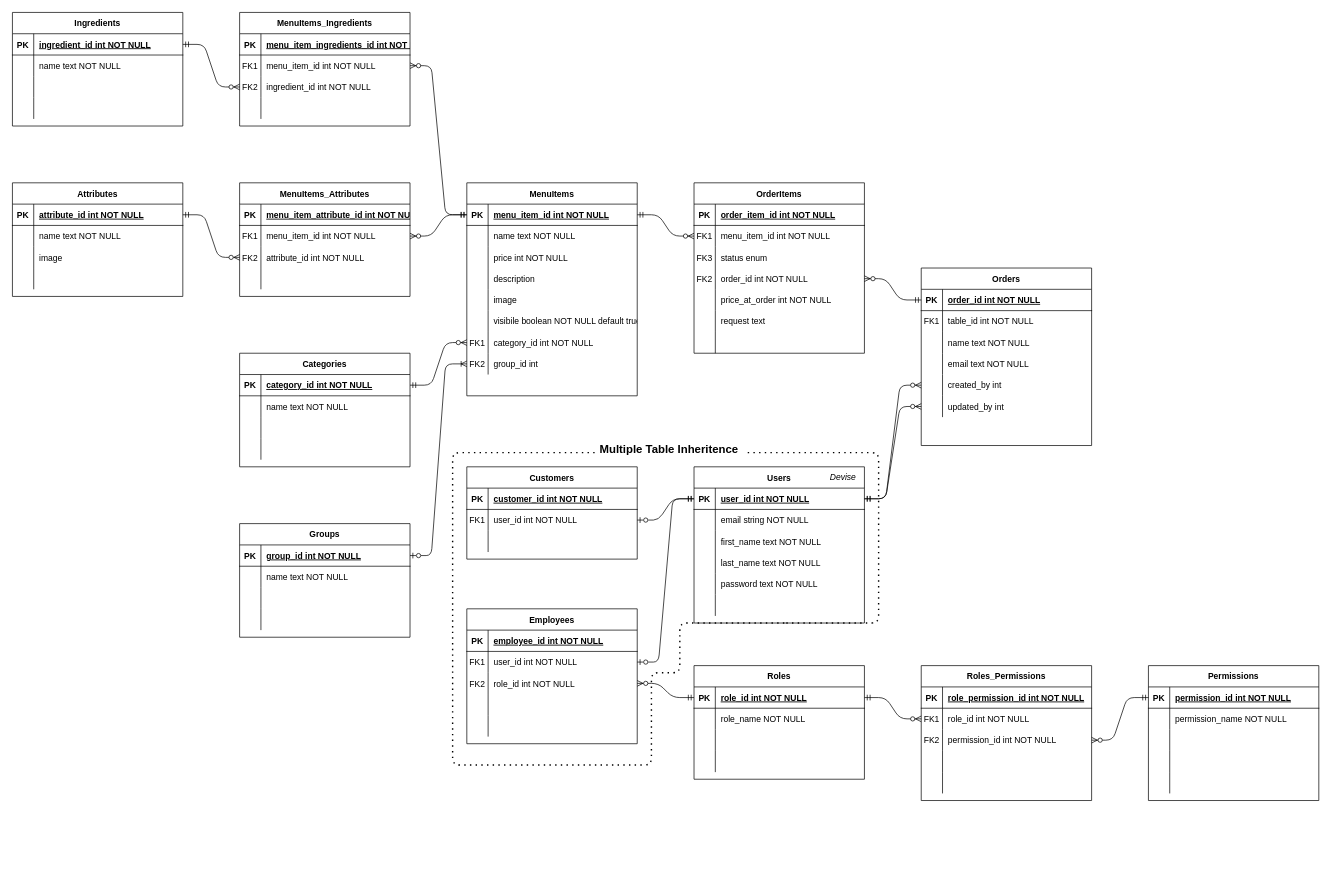
Above: entity_relationship_diagram/entity relationship diagram.drawio in korayleigh/t3a2-b-docs (draw.io), before the change. Source tidied: cells renumbered, new cells numbered last; positions are measured from the earlier drawing's top-left corner, leaving out a move shared by most shapes. Both pictures are drawn from the tidied source at 71%, with x=0, y=0 at pixel (12, 12).
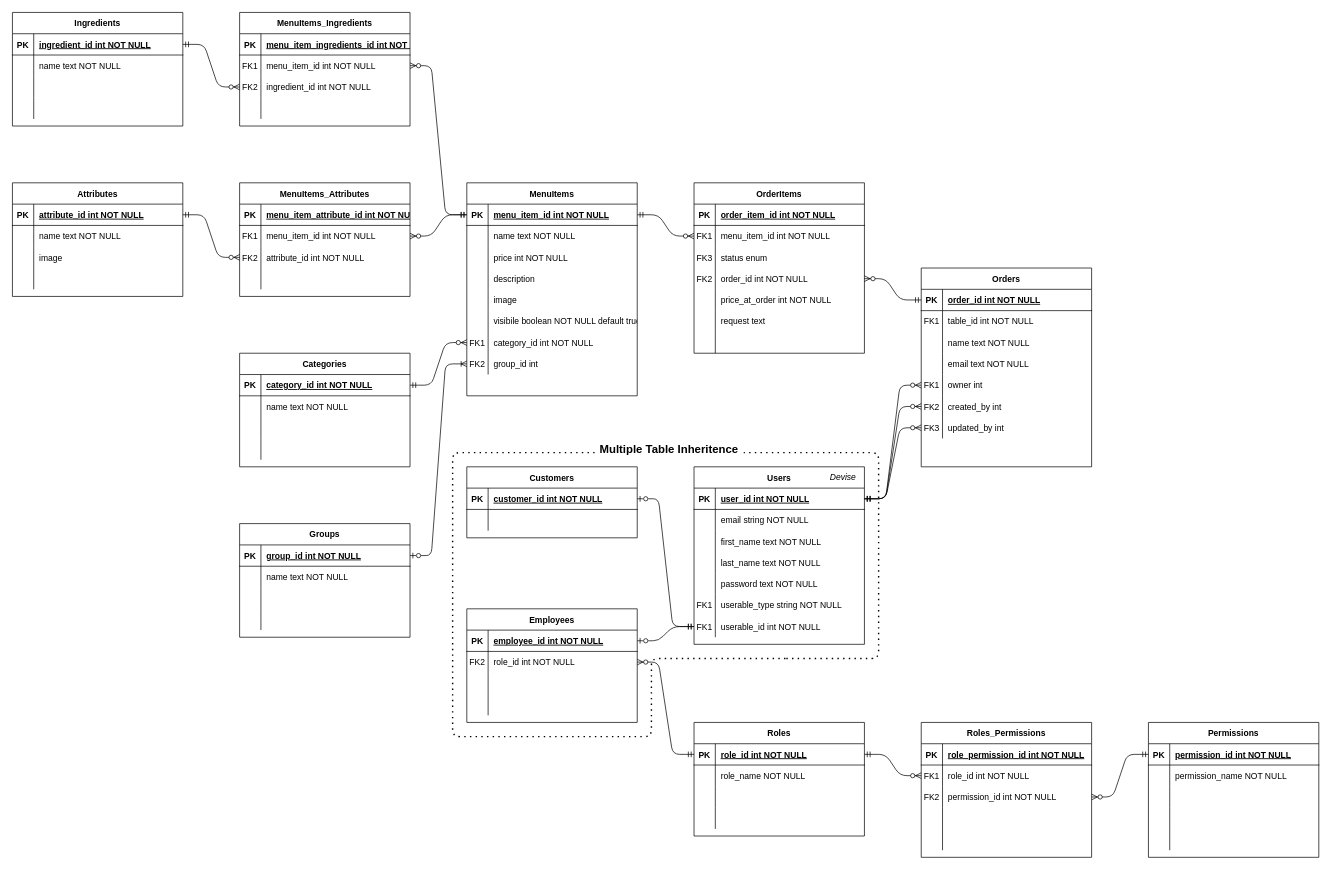
Above is the later version.

Commit message:
remove tables table and replace with enum. Correct polymorphic relationship between Users, Customers, Employees

The change refers to these unchanged cells:
```xml
<mxCell id="47" style="shape=partialRectangle;fillColor=none;points=[[0,0.5],[1,0.5]];portConstraint=eastwest;top=0;left=0;right=0;bottom=1;" parent="46" vertex="1">
  <mxGeometry y="30" width="240" height="30" as="geometry" />
</mxCell>
<mxCell id="62" style="shape=partialRectangle;fillColor=none;top=0;left=0;right=0;bottom=0;" parent="46" vertex="1">
  <mxGeometry y="180" width="240" height="30" as="geometry" />
</mxCell>
<mxCell id="222" style="shape=partialRectangle;fillColor=none;points=[[0,0.5],[1,0.5]];portConstraint=eastwest;top=0;left=0;right=0;bottom=1;" parent="221" vertex="1">
  <mxGeometry y="30" width="240" height="30" as="geometry" />
</mxCell>
<mxCell id="235" style="shape=partialRectangle;fillColor=none;points=[[0,0.5],[1,0.5]];portConstraint=eastwest;top=0;left=0;right=0;bottom=1;" parent="234" vertex="1">
  <mxGeometry y="30" width="240" height="30" as="geometry" />
</mxCell>
<mxCell id="252" value="Multiple Table Inheritence" style="text;html=1;strokeColor=none;fillColor=none;align=center;verticalAlign=middle;whiteSpace=wrap;rounded=0;fontSize=16;fontStyle=1;fontColor=default;labelBackgroundColor=none;" parent="1" vertex="1">
  <mxGeometry x="820" y="600" width="210" height="30" as="geometry" />
</mxCell>
```

Change to the diagram source:
```diff
@@
     <mxCell id="2" value="Orders" style="shape=table;startSize=30;childLayout=tableLayout;rowLines=0;fontStyle=1;align=center;" parent="1" vertex="1">
-      <mxGeometry x="1280" y="360" width="240" height="250" as="geometry" />
+      <mxGeometry x="1280" y="360" width="240" height="280" as="geometry" />
     </mxCell>
@@
+    <mxCell id="255" style="shape=partialRectangle;fillColor=none;points=[[0,0.5],[1,0.5]];portConstraint=eastwest;top=0;left=0;right=0;bottom=0;" parent="2" vertex="1">
+      <mxGeometry y="150" width="240" height="30" as="geometry" />
+    </mxCell>
+    <mxCell id="256" value="FK1" style="shape=partialRectangle;overflow=hidden;fillColor=none;top=0;left=0;bottom=0;right=0;" parent="255" vertex="1">
+      <mxGeometry width="30" height="30" as="geometry" />
+    </mxCell>
+    <mxCell id="257" value="owner int" style="shape=partialRectangle;overflow=hidden;fillColor=none;top=0;left=0;bottom=0;right=0;align=left;spacingLeft=6;" parent="255" vertex="1">
+      <mxGeometry x="30" width="210" height="30" as="geometry" />
+    </mxCell>
     <mxCell id="15" style="shape=partialRectangle;fillColor=none;points=[[0,0.5],[1,0.5]];portConstraint=eastwest;top=0;left=0;right=0;bottom=0;" parent="2" vertex="1">
-      <mxGeometry y="150" width="240" height="30" as="geometry" />
+      <mxGeometry y="180" width="240" height="30" as="geometry" />
     </mxCell>
-    <mxCell id="16" style="shape=partialRectangle;overflow=hidden;fillColor=none;top=0;left=0;bottom=0;right=0;" parent="15" vertex="1">
+    <mxCell id="16" value="FK2" style="shape=partialRectangle;overflow=hidden;fillColor=none;top=0;left=0;bottom=0;right=0;" parent="15" vertex="1">
       <mxGeometry width="30" height="30" as="geometry" />
     </mxCell>
@@
     <mxCell id="18" style="shape=partialRectangle;fillColor=none;points=[[0,0.5],[1,0.5]];portConstraint=eastwest;top=0;left=0;right=0;bottom=0;" parent="2" vertex="1">
-      <mxGeometry y="180" width="240" height="30" as="geometry" />
+      <mxGeometry y="210" width="240" height="30" as="geometry" />
     </mxCell>
-    <mxCell id="19" style="shape=partialRectangle;overflow=hidden;fillColor=none;top=0;left=0;bottom=0;right=0;" parent="18" vertex="1">
+    <mxCell id="19" value="FK3" style="shape=partialRectangle;overflow=hidden;fillColor=none;top=0;left=0;bottom=0;right=0;" parent="18" vertex="1">
       <mxGeometry width="30" height="30" as="geometry" />
     </mxCell>
@@
     <mxCell id="46" value="Users" style="shape=table;startSize=30;childLayout=tableLayout;rowLines=0;fontStyle=1;align=center;" parent="1" vertex="1">
-      <mxGeometry x="960" y="640" width="240" height="220" as="geometry" />
+      <mxGeometry x="960" y="640" width="240" height="250" as="geometry" />
     </mxCell>
@@
-    <mxCell id="63" style="shape=partialRectangle;overflow=hidden;fillColor=none;top=0;left=0;bottom=0;right=0;" parent="62" vertex="1">
-      <mxGeometry width="30" height="30" as="geometry" />
-    </mxCell>
-    <mxCell id="64" style="shape=partialRectangle;overflow=hidden;fillColor=none;top=0;left=0;bottom=0;right=0;align=left;spacingLeft=6;" parent="62" vertex="1">
-      <mxGeometry x="30" width="210" height="30" as="geometry" />
-    </mxCell>
+    <mxCell id="258" value="FK1" style="shape=partialRectangle;overflow=hidden;fillColor=none;top=0;left=0;bottom=0;right=0;" parent="62" vertex="1">
+      <mxGeometry width="30" height="30" as="geometry" />
+    </mxCell>
+    <mxCell id="259" value="userable_type string NOT NULL" style="shape=partialRectangle;overflow=hidden;fillColor=none;top=0;left=0;bottom=0;right=0;align=left;spacingLeft=6;" parent="62" vertex="1">
+      <mxGeometry x="30" width="210" height="30" as="geometry" />
+    </mxCell>
+    <mxCell id="260" style="shape=partialRectangle;fillColor=none;points=[[0,0.5],[1,0.5]];portConstraint=eastwest;top=0;left=0;right=0;bottom=0;" parent="46" vertex="1">
+      <mxGeometry y="210" width="240" height="30" as="geometry" />
+    </mxCell>
+    <mxCell id="261" value="FK1" style="shape=partialRectangle;overflow=hidden;fillColor=none;top=0;left=0;bottom=0;right=0;" parent="260" vertex="1">
+      <mxGeometry width="30" height="30" as="geometry" />
+    </mxCell>
+    <mxCell id="262" value="userable_id int NOT NULL" style="shape=partialRectangle;overflow=hidden;fillColor=none;top=0;left=0;bottom=0;right=0;align=left;spacingLeft=6;" parent="260" vertex="1">
+      <mxGeometry x="30" width="210" height="30" as="geometry" />
+    </mxCell>
     <mxCell id="65" value="Roles" style="shape=table;startSize=30;childLayout=tableLayout;rowLines=0;fontStyle=1;align=center;" parent="1" vertex="1">
-      <mxGeometry x="960" y="920" width="240" height="160" as="geometry" />
+      <mxGeometry x="960" y="1000" width="240" height="160" as="geometry" />
     </mxCell>
@@
     <mxCell id="103" value="Permissions" style="shape=table;startSize=30;childLayout=tableLayout;rowLines=0;fontStyle=1;align=center;" parent="1" vertex="1">
-      <mxGeometry x="1600" y="920" width="240" height="190" as="geometry" />
+      <mxGeometry x="1600" y="1000" width="240" height="190" as="geometry" />
     </mxCell>
@@
     <mxCell id="120" value="Roles_Permissions" style="shape=table;startSize=30;childLayout=tableLayout;rowLines=0;fontStyle=1;align=center;" parent="1" vertex="1">
-      <mxGeometry x="1280" y="920" width="240" height="190" as="geometry" />
+      <mxGeometry x="1280" y="1000" width="240" height="190" as="geometry" />
     </mxCell>
@@
     <mxCell id="221" value="Customers" style="shape=table;startSize=30;childLayout=tableLayout;rowLines=0;fontStyle=1;align=center;" parent="1" vertex="1">
-      <mxGeometry x="640" y="640" width="240" height="130" as="geometry" />
+      <mxGeometry x="640" y="640" width="240" height="100" as="geometry" />
     </mxCell>
@@
-    <mxCell id="225" style="shape=partialRectangle;fillColor=none;points=[[0,0.5],[1,0.5]];portConstraint=eastwest;top=0;left=0;right=0;bottom=0;" parent="221" vertex="1">
-      <mxGeometry y="60" width="240" height="30" as="geometry" />
-    </mxCell>
-    <mxCell id="226" value="FK1" style="shape=partialRectangle;overflow=hidden;fillColor=none;top=0;left=0;bottom=0;right=0;" parent="225" vertex="1">
-      <mxGeometry width="30" height="30" as="geometry" />
-    </mxCell>
-    <mxCell id="227" value="user_id int NOT NULL" style="shape=partialRectangle;overflow=hidden;fillColor=none;top=0;left=0;bottom=0;right=0;align=left;spacingLeft=6;" parent="225" vertex="1">
-      <mxGeometry x="30" width="210" height="30" as="geometry" />
-    </mxCell>
     <mxCell id="228" style="shape=partialRectangle;fillColor=none;top=0;left=0;right=0;bottom=0;" parent="221" vertex="1">
-      <mxGeometry y="90" width="240" height="30" as="geometry" />
+      <mxGeometry y="60" width="240" height="30" as="geometry" />
     </mxCell>
@@
-    <mxCell id="232" style="edgeStyle=entityRelationEdgeStyle;fontSize=12;html=1;endArrow=ERzeroToOne;startArrow=ERmandOne;rounded=1;entryX=1;entryY=0.5;entryDx=0;entryDy=0;endFill=0;" parent="1" edge="1" source="47" target="225">
-      <mxGeometry relative="1" as="geometry" />
-    </mxCell>
@@
     <mxCell id="234" value="Employees" style="shape=table;startSize=30;childLayout=tableLayout;rowLines=0;fontStyle=1;align=center;" parent="1" vertex="1">
-      <mxGeometry x="640" y="840" width="240" height="190" as="geometry" />
+      <mxGeometry x="640" y="840" width="240" height="160" as="geometry" />
     </mxCell>
@@
-    <mxCell id="238" style="shape=partialRectangle;fillColor=none;points=[[0,0.5],[1,0.5]];portConstraint=eastwest;top=0;left=0;right=0;bottom=0;" parent="234" vertex="1">
-      <mxGeometry y="60" width="240" height="30" as="geometry" />
-    </mxCell>
-    <mxCell id="239" value="FK1" style="shape=partialRectangle;overflow=hidden;fillColor=none;top=0;left=0;bottom=0;right=0;" parent="238" vertex="1">
-      <mxGeometry width="30" height="30" as="geometry" />
-    </mxCell>
-    <mxCell id="240" value="user_id int NOT NULL" style="shape=partialRectangle;overflow=hidden;fillColor=none;top=0;left=0;bottom=0;right=0;align=left;spacingLeft=6;" parent="238" vertex="1">
-      <mxGeometry x="30" width="210" height="30" as="geometry" />
-    </mxCell>
     <mxCell id="241" style="shape=partialRectangle;fillColor=none;points=[[0,0.5],[1,0.5]];portConstraint=eastwest;top=0;left=0;right=0;bottom=0;" parent="234" vertex="1">
-      <mxGeometry y="90" width="240" height="30" as="geometry" />
+      <mxGeometry y="60" width="240" height="30" as="geometry" />
     </mxCell>
@@
     <mxCell id="244" style="shape=partialRectangle;fillColor=none;top=0;left=0;right=0;bottom=0;" parent="234" vertex="1">
-      <mxGeometry y="120" width="240" height="30" as="geometry" />
+      <mxGeometry y="90" width="240" height="30" as="geometry" />
     </mxCell>
@@
     <mxCell id="247" style="shape=partialRectangle;fillColor=none;top=0;left=0;right=0;bottom=0;" parent="234" vertex="1">
-      <mxGeometry y="150" width="240" height="30" as="geometry" />
+      <mxGeometry y="120" width="240" height="30" as="geometry" />
     </mxCell>
@@
-    <mxCell id="250" style="edgeStyle=entityRelationEdgeStyle;fontSize=12;html=1;endArrow=ERzeroToOne;startArrow=ERmandOne;rounded=1;entryX=1;entryY=0.5;entryDx=0;entryDy=0;endFill=0;exitX=0;exitY=0.5;exitDx=0;exitDy=0;" parent="1" edge="1" source="47" target="238">
-      <mxGeometry relative="1" as="geometry" />
-    </mxCell>
     <mxCell id="251" style="endArrow=none;dashed=1;html=1;dashPattern=1 3;strokeWidth=2;rounded=1;edgeStyle=orthogonalEdgeStyle;startArrow=none;" parent="1" edge="1" source="252">
       <mxGeometry relative="1" as="geometry">
-        <mxPoint x="1090" y="860" as="targetPoint" />
+        <mxPoint x="1090" y="910" as="targetPoint" />
         <Array as="points">
           <mxPoint x="620" y="620" />
-          <mxPoint x="620" y="1060" />
-          <mxPoint x="900" y="1060" />
-          <mxPoint x="900" y="930" />
-          <mxPoint x="940" y="930" />
-          <mxPoint x="940" y="860" />
+          <mxPoint x="620" y="1020" />
+          <mxPoint x="900" y="1020" />
+          <mxPoint x="900" y="910" />
         </Array>
       </mxGeometry>
     </mxCell>
@@
     <mxCell id="253" style="endArrow=none;dashed=1;html=1;dashPattern=1 3;strokeWidth=2;rounded=1;edgeStyle=orthogonalEdgeStyle;" parent="1" edge="1" target="252">
       <mxGeometry relative="1" as="geometry">
-        <mxPoint x="1090" y="860" as="sourcePoint" />
+        <mxPoint x="1090" y="910" as="sourcePoint" />
         <Array as="points">
-          <mxPoint x="1220" y="860" />
+          <mxPoint x="1220" y="910" />
           <mxPoint x="1220" y="620" />
         </Array>
       </mxGeometry>
     </mxCell>
@@
+    <mxCell id="263" style="edgeStyle=entityRelationEdgeStyle;fontSize=12;html=1;endArrow=ERzeroToOne;startArrow=ERmandOne;rounded=1;exitX=0;exitY=0.5;exitDx=0;exitDy=0;endFill=0;" parent="1" edge="1" source="260" target="222">
+      <mxGeometry relative="1" as="geometry" />
+    </mxCell>
+    <mxCell id="264" style="edgeStyle=entityRelationEdgeStyle;fontSize=12;html=1;endArrow=ERzeroToOne;startArrow=ERmandOne;rounded=1;exitX=0;exitY=0.5;exitDx=0;exitDy=0;entryX=1;entryY=0.5;entryDx=0;entryDy=0;endFill=0;" parent="1" edge="1" source="260" target="235">
+      <mxGeometry relative="1" as="geometry" />
+    </mxCell>
+    <mxCell id="265" style="edgeStyle=entityRelationEdgeStyle;fontSize=12;html=1;endArrow=ERzeroToMany;startArrow=ERmandOne;rounded=1;exitX=1;exitY=0.5;exitDx=0;exitDy=0;entryX=0;entryY=0.5;entryDx=0;entryDy=0;" parent="1" edge="1" source="47" target="255">
+      <mxGeometry relative="1" as="geometry" />
+    </mxCell>
```
